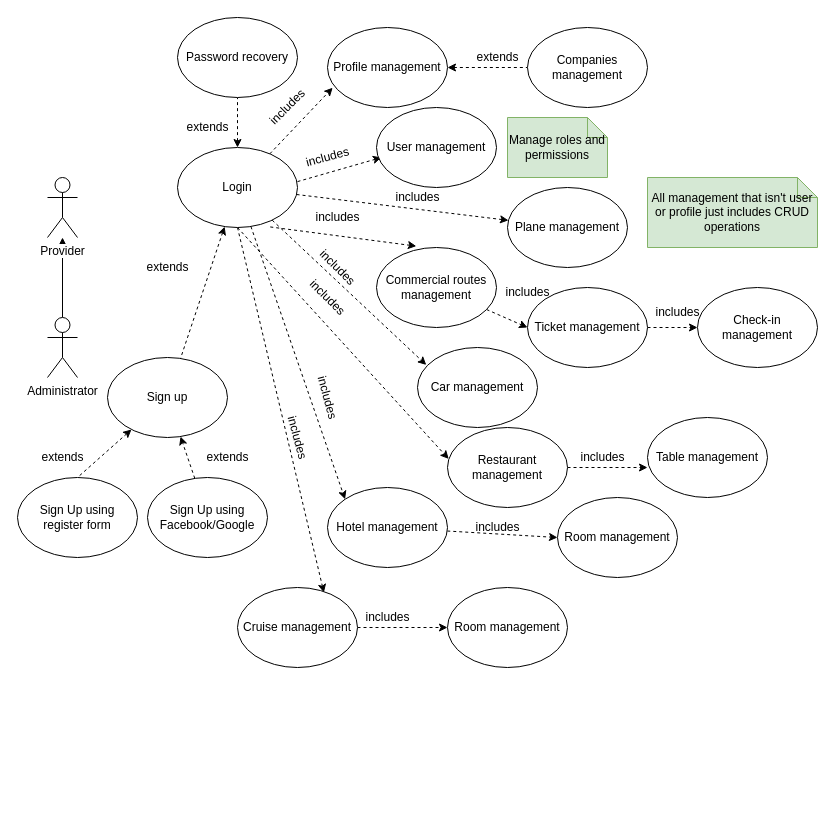
Above: Vacanze/Use cases.drawio in NeutronBlast/IS-Ex (draw.io), before the change. Source tidied: cells renumbered, new cells numbered last; positions are measured from the earlier drawing's top-left corner, leaving out a move shared by most shapes. Both pictures are drawn from the tidied source at 100%, with x=0, y=0 at pixel (17, 17).
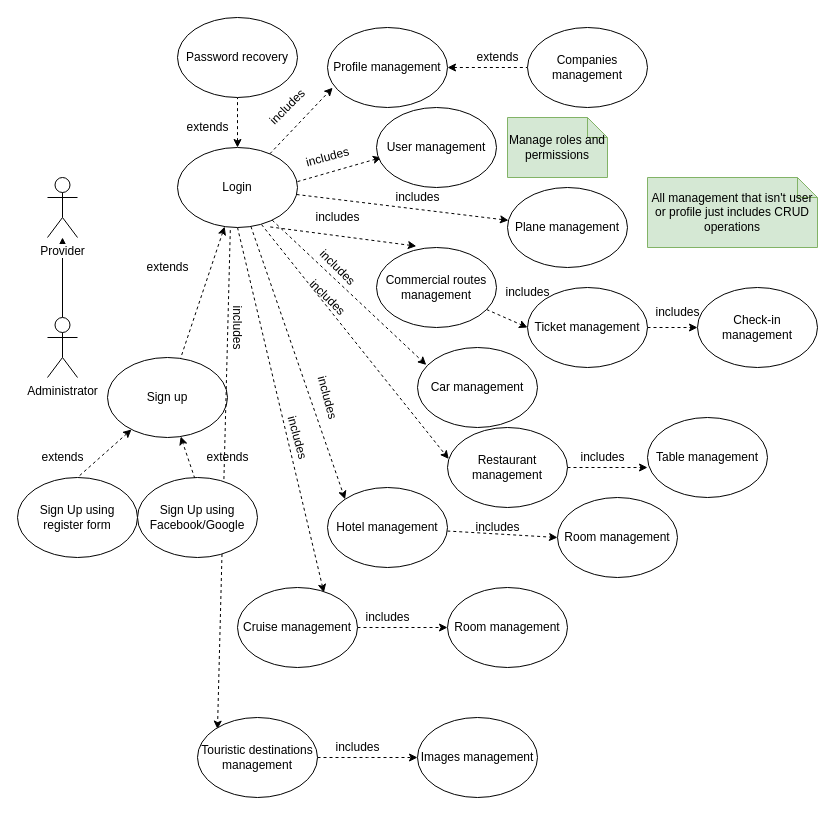
After the change.

The change refers to these unchanged cells:
```xml
<mxCell id="13" value="Login" style="ellipse;whiteSpace=wrap;html=1;" parent="1" vertex="1">
  <mxGeometry x="160" y="130" width="120" height="80" as="geometry" />
</mxCell>
<mxCell id="19" value="Sign up" style="ellipse;whiteSpace=wrap;html=1;" parent="1" vertex="1">
  <mxGeometry x="90" y="340" width="120" height="80" as="geometry" />
</mxCell>
<mxCell id="45" value="Restaurant management" style="ellipse;whiteSpace=wrap;html=1;" parent="1" vertex="1">
  <mxGeometry x="430" y="410" width="120" height="80" as="geometry" />
</mxCell>
```

The edit, as a diff of the source:
```diff
@@
-    <mxCell id="11" style="rounded=0;jettySize=auto;html=1;exitX=0.5;exitY=1;exitDx=0;exitDy=0;entryX=0.01;entryY=0.393;entryDx=0;entryDy=0;entryPerimeter=0;dashed=1;" parent="1" edge="1" source="13" target="45">
+    <mxCell id="11" style="rounded=0;jettySize=auto;html=1;exitX=0.7;exitY=0.963;exitDx=0;exitDy=0;entryX=0.01;entryY=0.393;entryDx=0;entryDy=0;entryPerimeter=0;dashed=1;exitPerimeter=0;" parent="1" edge="1" source="13" target="45">
       <mxGeometry relative="1" as="geometry" />
     </mxCell>
@@
-    <mxCell id="54" style="edgeStyle=none;rounded=0;jettySize=auto;html=1;dashed=1;startArrow=none;startFill=0;endArrow=classic;endFill=1;" parent="1" edge="1" source="55" target="19">
-      <mxGeometry relative="1" as="geometry" />
+    <mxCell id="54" style="edgeStyle=none;rounded=0;jettySize=auto;html=1;dashed=1;startArrow=none;startFill=0;endArrow=classic;endFill=1;" parent="1" edge="1" target="19">
+      <mxGeometry relative="1" as="geometry">
+        <mxPoint x="177.3" y="460.9" as="sourcePoint" />
+      </mxGeometry>
     </mxCell>
-    <mxCell id="55" value="Sign Up using Facebook/Google" style="ellipse;whiteSpace=wrap;html=1;" parent="1" vertex="1">
-      <mxGeometry x="130" y="460" width="120" height="80" as="geometry" />
-    </mxCell>
@@
+    <mxCell id="62" style="edgeStyle=none;rounded=0;jettySize=auto;html=1;exitX=0.44;exitY=1.033;exitDx=0;exitDy=0;dashed=1;startArrow=none;startFill=0;endArrow=classic;endFill=1;exitPerimeter=0;" parent="1" edge="1" source="13">
+      <mxGeometry relative="1" as="geometry">
+        <mxPoint x="200" y="711.6" as="targetPoint" />
+      </mxGeometry>
+    </mxCell>
+    <mxCell id="55" value="Sign Up using Facebook/Google" style="ellipse;whiteSpace=wrap;html=1;" parent="1" vertex="1">
+      <mxGeometry x="120" y="460" width="120" height="80" as="geometry" />
+    </mxCell>
+    <mxCell id="63" value="includes" style="text;html=1;align=center;verticalAlign=middle;rotation=90;" parent="1" vertex="1">
+      <mxGeometry x="190" y="300" width="60" height="20" as="geometry" />
+    </mxCell>
+    <mxCell id="64" style="edgeStyle=orthogonalEdgeStyle;rounded=0;jettySize=auto;html=1;dashed=1;" parent="1" edge="1" source="65">
+      <mxGeometry relative="1" as="geometry">
+        <mxPoint x="400" y="740" as="targetPoint" />
+      </mxGeometry>
+    </mxCell>
+    <mxCell id="65" value="Touristic destinations management" style="ellipse;whiteSpace=wrap;html=1;" parent="1" vertex="1">
+      <mxGeometry x="180" y="700" width="120" height="80" as="geometry" />
+    </mxCell>
+    <mxCell id="66" value="Images management" style="ellipse;whiteSpace=wrap;html=1;" parent="1" vertex="1">
+      <mxGeometry x="400" y="700" width="120" height="80" as="geometry" />
+    </mxCell>
+    <mxCell id="67" value="includes" style="text;html=1;align=center;verticalAlign=middle;" parent="1" vertex="1">
+      <mxGeometry x="310" y="720" width="60" height="20" as="geometry" />
+    </mxCell>
```
